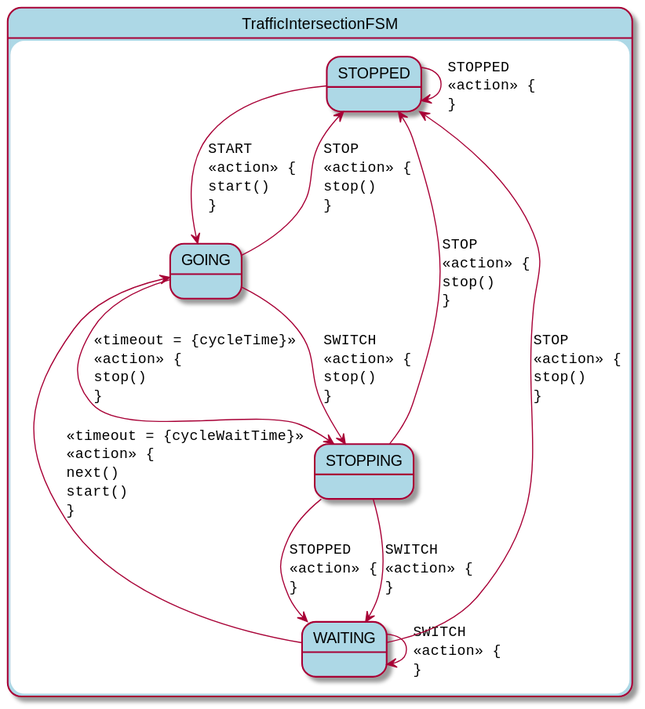
The PlantUML diagram traffic-intersection.svg in open-jumpco/kfsm-android-compose-traffic, before a commit.
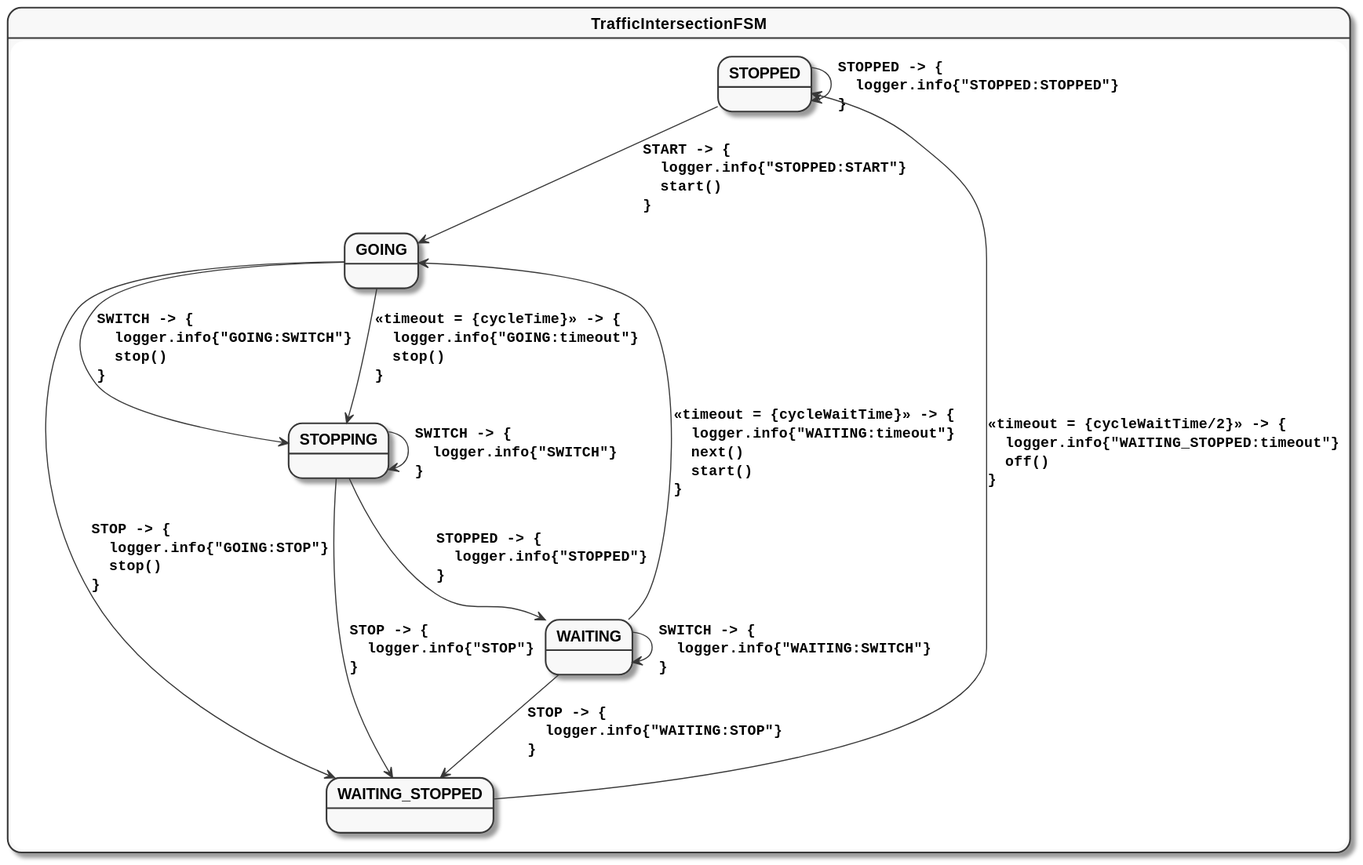
After the commit.

Commit message:
updated to kfsm-viz-plugin-1.5.2.1 monochrome styling

What changed in the source:
```diff
@@ -1,20 +1,24 @@
 @startuml
+skinparam monochrome true
 skinparam StateFontName Helvetica
 skinparam defaultFontName Monospaced
+skinparam defaultFontStyle Bold
 skinparam state {
-    BackgroundColor LightBlue
+    FontColor Black
+    FontStyle Bold
 }
 state TrafficIntersectionFSM {
-STOPPED --> GOING : START\l<<action>> {\lstart()\l}
-STOPPED --> STOPPED : STOPPED\l<<action>> {\l}
-GOING --> STOPPING : <<timeout = {cycleTime}>>\l<<action>> {\lstop()\l}
-GOING --> STOPPING : SWITCH\l<<action>> {\lstop()\l}
-GOING --> STOPPED : STOP\l<<action>> {\lstop()\l}
-STOPPING --> WAITING : STOPPED\l<<action>> {\l}
-STOPPING --> WAITING : SWITCH\l<<action>> {\l}
-STOPPING --> STOPPED : STOP\l<<action>> {\lstop()\l}
-WAITING --> GOING : <<timeout = {cycleWaitTime}>>\l<<action>> {\lnext()\lstart()\l}
-WAITING --> WAITING : SWITCH\l<<action>> {\l}
-WAITING --> STOPPED : STOP\l<<action>> {\lstop()\l}
+STOPPED --> GOING : START -> {\l  logger.info{"STOPPED:START"}\l  start()\l}
+STOPPED --> STOPPED : STOPPED -> {\l  logger.info{"STOPPED:STOPPED"}\l}
+GOING --> STOPPING : <<timeout = {cycleTime}>> -> {\l  logger.info{"GOING:timeout"}\l  stop()\l}
+GOING --> STOPPING : SWITCH -> {\l  logger.info{"GOING:SWITCH"}\l  stop()\l}
+GOING --> WAITING_STOPPED : STOP -> {\l  logger.info{"GOING:STOP"}\l  stop()\l}
+STOPPING --> WAITING : STOPPED -> {\l  logger.info{"STOPPED"}\l}
+STOPPING --> STOPPING : SWITCH -> {\l  logger.info{"SWITCH"}\l}
+STOPPING --> WAITING_STOPPED : STOP -> {\l  logger.info{"STOP"}\l}
+WAITING --> GOING : <<timeout = {cycleWaitTime}>> -> {\l  logger.info{"WAITING:timeout"}\l  next()\l  start()\l}
+WAITING --> WAITING : SWITCH -> {\l  logger.info{"WAITING:SWITCH"}\l}
+WAITING --> WAITING_STOPPED : STOP -> {\l  logger.info{"WAITING:STOP"}\l}
+WAITING_STOPPED --> STOPPED : <<timeout = {cycleWaitTime/2}>> -> {\l  logger.info{"WAITING_STOPPED:timeout"}\l  off()\l}
 }
 @enduml
```
